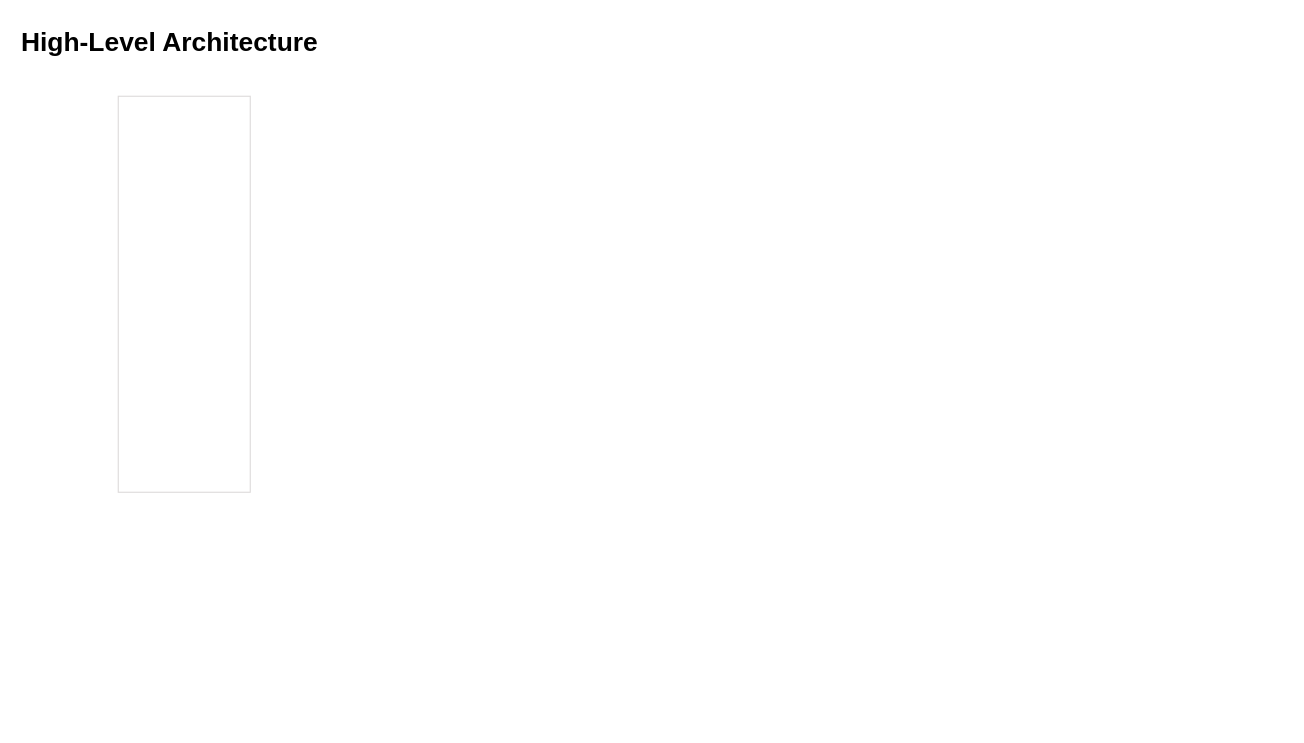
This is images/ArchitectureDiagrams.drawio from sdsouto/sql-data-warehouse-project, a draw.io file, before an edit. Source tidied: cells renumbered, new cells numbered last; positions are measured from the earlier drawing's top-left corner, leaving out a move shared by most shapes. Both pictures are drawn from the tidied source at 110%, with x=0, y=0 at pixel (19, 19).
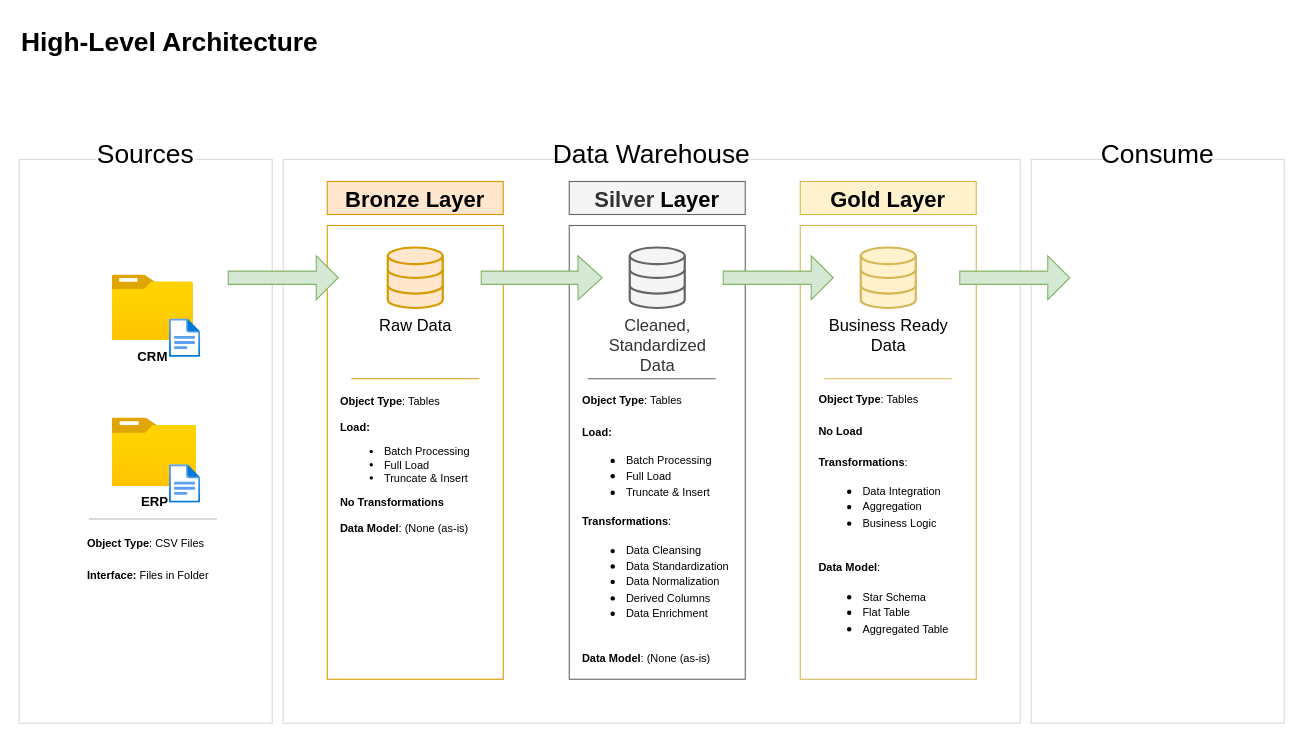
The same page after the edit.

Diff of the diagram source:
```diff
@@
+    <mxCell id="4" style="rounded=0;whiteSpace=wrap;html=1;strokeWidth=1;strokeColor=light-dark(#dddada, #ededed);" parent="1" vertex="1">
+      <mxGeometry x="920" y="127.5" width="230" height="512.5" as="geometry" />
+    </mxCell>
+    <mxCell id="5" style="rounded=0;whiteSpace=wrap;html=1;strokeWidth=1;strokeColor=light-dark(#dddada, #ededed);" parent="1" vertex="1">
+      <mxGeometry x="240" y="127.5" width="670" height="512.5" as="geometry" />
+    </mxCell>
+    <mxCell id="6" style="rounded=0;whiteSpace=wrap;html=1;fillColor=none;strokeColor=#d79b00;fontSize=13;" parent="1" vertex="1">
+      <mxGeometry x="280" y="187.5" width="160" height="412.5" as="geometry" />
+    </mxCell>
+    <mxCell id="7" style="rounded=0;whiteSpace=wrap;html=1;fillColor=none;strokeColor=#666666;fontSize=13;fontColor=#333333;" parent="1" vertex="1">
+      <mxGeometry x="500" y="187.5" width="160" height="412.5" as="geometry" />
+    </mxCell>
     <mxCell id="2" style="rounded=0;whiteSpace=wrap;html=1;strokeWidth=1;strokeColor=light-dark(#dddada, #ededed);" parent="1" vertex="1">
-      <mxGeometry x="90" y="70" width="120" height="360" as="geometry" />
+      <mxGeometry y="127.5" width="230" height="512.5" as="geometry" />
     </mxCell>
+    <mxCell id="8" style="rounded=0;whiteSpace=wrap;html=1;fillColor=none;strokeColor=#d6b656;fontSize=13;" parent="1" vertex="1">
+      <mxGeometry x="710" y="187.5" width="160" height="412.5" as="geometry" />
+    </mxCell>
@@
+    <mxCell id="9" value="Sources" style="rounded=0;whiteSpace=wrap;html=1;fontSize=24;strokeColor=none;" parent="1" vertex="1">
+      <mxGeometry x="70" y="107.5" width="90" height="30" as="geometry" />
+    </mxCell>
+    <mxCell id="10" value="Data&amp;nbsp;&lt;span style=&quot;background-color: transparent; color: light-dark(rgb(0, 0, 0), rgb(255, 255, 255));&quot;&gt;Warehouse&lt;/span&gt;" style="rounded=0;whiteSpace=wrap;html=1;fontSize=24;strokeColor=none;align=center;" parent="1" vertex="1">
+      <mxGeometry x="530" y="107.5" width="90" height="30" as="geometry" />
+    </mxCell>
+    <mxCell id="11" value="Consume" style="rounded=0;whiteSpace=wrap;html=1;fontSize=24;strokeColor=none;" parent="1" vertex="1">
+      <mxGeometry x="990" y="107.5" width="90" height="30" as="geometry" />
+    </mxCell>
+    <mxCell id="12" value="&lt;font style=&quot;font-size: 20px;&quot;&gt;Bronze Layer&lt;/font&gt;" style="rounded=0;whiteSpace=wrap;html=1;fillColor=#ffe6cc;strokeColor=#d79b00;fontSize=13;fontStyle=1;" parent="1" vertex="1">
+      <mxGeometry x="280" y="147.5" width="160" height="30" as="geometry" />
+    </mxCell>
+    <mxCell id="13" value="&lt;font style=&quot;font-size: 20px;&quot;&gt;Silver&lt;/font&gt;&lt;span style=&quot;font-size: 20px; background-color: transparent; color: light-dark(rgb(0, 0, 0), rgb(255, 255, 255));&quot;&gt;&amp;nbsp;Layer&lt;/span&gt;" style="rounded=0;whiteSpace=wrap;html=1;fillColor=#f5f5f5;strokeColor=#666666;fontSize=13;fontColor=#333333;fontStyle=1;" parent="1" vertex="1">
+      <mxGeometry x="500" y="147.5" width="160" height="30" as="geometry" />
+    </mxCell>
+    <mxCell id="14" value="&lt;span style=&quot;font-size: 20px; background-color: transparent;&quot;&gt;Gold&lt;/span&gt;&lt;span style=&quot;font-size: 20px; background-color: transparent; color: light-dark(rgb(0, 0, 0), rgb(255, 255, 255));&quot;&gt; Layer&lt;/span&gt;" style="rounded=0;whiteSpace=wrap;html=1;fillColor=#fff2cc;strokeColor=#d6b656;fontSize=13;fontStyle=1;" parent="1" vertex="1">
+      <mxGeometry x="710" y="147.5" width="160" height="30" as="geometry" />
+    </mxCell>
+    <mxCell id="15" value="CRM" style="image;html=1;align=center;fontSize=12;image=img/lib/azure2/general/Folder_Blank.svg;fontStyle=1;" parent="1" vertex="1">
+      <mxGeometry x="84.5" y="232.5" width="73.9" height="60" as="geometry" />
+    </mxCell>
+    <mxCell id="16" value="ERP&lt;div&gt;&lt;br&gt;&lt;/div&gt;" style="image;html=1;align=center;fontSize=12;image=img/lib/azure2/general/Folder_Blank.svg;fontStyle=1;" parent="1" vertex="1">
+      <mxGeometry x="84.5" y="362.5" width="77" height="62.5" as="geometry" />
+    </mxCell>
+    <mxCell id="17" style="image;html=1;align=center;fontSize=12;image=img/lib/azure2/general/File.svg;" parent="1" vertex="1">
+      <mxGeometry x="136.6" y="405" width="28.4" height="35" as="geometry" />
+    </mxCell>
+    <mxCell id="18" style="image;html=1;align=center;fontSize=12;image=img/lib/azure2/general/File.svg;" parent="1" vertex="1">
+      <mxGeometry x="136.6" y="272.5" width="28.4" height="35" as="geometry" />
+    </mxCell>
+    <mxCell id="19" value="&lt;font style=&quot;font-size: 10px;&quot;&gt;&lt;b&gt;Object Type&lt;/b&gt;: CSV Files&lt;/font&gt;&lt;div&gt;&lt;font style=&quot;font-size: 10px;&quot;&gt;&lt;br&gt;&lt;/font&gt;&lt;div&gt;&lt;font style=&quot;font-size: 10px;&quot;&gt;&lt;b&gt;Interface:&lt;/b&gt; Files in Folder&lt;/font&gt;&lt;/div&gt;&lt;/div&gt;" style="text;html=1;align=left;verticalAlign=middle;whiteSpace=wrap;rounded=0;" parent="1" vertex="1">
+      <mxGeometry x="60" y="475" width="130" height="30" as="geometry" />
+    </mxCell>
+    <mxCell id="20" value="&lt;font style=&quot;font-size: 15px;&quot;&gt;Raw Data&lt;/font&gt;" style="html=1;verticalLabelPosition=bottom;align=center;labelBackgroundColor=#ffffff;verticalAlign=top;strokeWidth=2;strokeColor=#d79b00;shadow=0;dashed=0;shape=mxgraph.ios7.icons.data;fillColor=#ffe6cc;" parent="1" vertex="1">
+      <mxGeometry x="335" y="207.5" width="50" height="55" as="geometry" />
+    </mxCell>
+    <mxCell id="21" value="&lt;font style=&quot;font-size: 15px;&quot;&gt;Cleaned,&lt;/font&gt;&lt;div&gt;&lt;font style=&quot;font-size: 15px;&quot;&gt;&lt;font style=&quot;&quot;&gt;Standardized&lt;/font&gt;&lt;/font&gt;&lt;/div&gt;&lt;div&gt;&lt;font style=&quot;font-size: 15px;&quot;&gt;&lt;span style=&quot;background-color: light-dark(rgb(255, 255, 255), rgb(18, 18, 18)); color: light-dark(rgb(51, 51, 51), rgb(193, 193, 193));&quot;&gt;Data&lt;/span&gt;&lt;/font&gt;&lt;/div&gt;" style="html=1;verticalLabelPosition=bottom;align=center;labelBackgroundColor=#ffffff;verticalAlign=top;strokeWidth=2;strokeColor=#666666;shadow=0;dashed=0;shape=mxgraph.ios7.icons.data;fillColor=#f5f5f5;fontColor=#333333;" parent="1" vertex="1">
+      <mxGeometry x="555" y="207.5" width="50" height="55" as="geometry" />
+    </mxCell>
+    <mxCell id="22" value="&lt;font style=&quot;font-size: 15px;&quot;&gt;Business Ready&lt;/font&gt;&lt;div&gt;&lt;font style=&quot;font-size: 15px;&quot;&gt;Data&lt;/font&gt;&lt;/div&gt;" style="html=1;verticalLabelPosition=bottom;align=center;labelBackgroundColor=#ffffff;verticalAlign=top;strokeWidth=2;strokeColor=#d6b656;shadow=0;dashed=0;shape=mxgraph.ios7.icons.data;fillColor=#fff2cc;" parent="1" vertex="1">
+      <mxGeometry x="765" y="207.5" width="50" height="55" as="geometry" />
+    </mxCell>
+    <mxCell id="23" style="shape=singleArrow;whiteSpace=wrap;html=1;fillColor=#d5e8d4;strokeColor=#82b366;" parent="1" vertex="1">
+      <mxGeometry x="190" y="215" width="100" height="40" as="geometry" />
+    </mxCell>
+    <mxCell id="24" style="endArrow=none;html=1;rounded=0;strokeColor=#B3B3B3;" parent="1" edge="1">
+      <mxGeometry relative="1" as="geometry">
+        <mxPoint x="63.2" y="454.3" as="sourcePoint" />
+        <mxPoint x="179.7" y="454.3" as="targetPoint" />
+      </mxGeometry>
+    </mxCell>
+    <mxCell id="25" style="endArrow=none;html=1;rounded=0;strokeColor=#d79b00;fillColor=#ffe6cc;" parent="1" edge="1">
+      <mxGeometry relative="1" as="geometry">
+        <mxPoint x="301.8" y="326.8" as="sourcePoint" />
+        <mxPoint x="418.2" y="326.8" as="targetPoint" />
+      </mxGeometry>
+    </mxCell>
+    <mxCell id="26" style="endArrow=none;html=1;rounded=0;strokeColor=#666666;fillColor=#f5f5f5;" parent="1" edge="1">
+      <mxGeometry relative="1" as="geometry">
+        <mxPoint x="516.8" y="326.8" as="sourcePoint" />
+        <mxPoint x="633.2" y="326.8" as="targetPoint" />
+      </mxGeometry>
+    </mxCell>
+    <mxCell id="27" style="endArrow=none;html=1;rounded=0;strokeColor=#d6b656;fillColor=#fff2cc;" parent="1" edge="1">
+      <mxGeometry relative="1" as="geometry">
+        <mxPoint x="731.8" y="326.8" as="sourcePoint" />
+        <mxPoint x="848.2" y="326.8" as="targetPoint" />
+      </mxGeometry>
+    </mxCell>
+    <mxCell id="28" value="&lt;b&gt;Object Type&lt;/b&gt;: Tables&lt;div&gt;&lt;br&gt;&lt;div&gt;&lt;b&gt;Load:&lt;/b&gt;&lt;/div&gt;&lt;/div&gt;&lt;div&gt;&lt;ul&gt;&lt;li&gt;Batch Processing&lt;/li&gt;&lt;li&gt;Full Load&lt;/li&gt;&lt;li&gt;Truncate &amp;amp; Insert&lt;/li&gt;&lt;/ul&gt;&lt;b&gt;No Transformations&lt;/b&gt;&lt;/div&gt;&lt;div&gt;&lt;b&gt;&lt;br&gt;&lt;/b&gt;&lt;/div&gt;&lt;b style=&quot;background-color: transparent; color: light-dark(rgb(0, 0, 0), rgb(255, 255, 255));&quot;&gt;Data Model&lt;/b&gt;&lt;span style=&quot;background-color: transparent; color: light-dark(rgb(0, 0, 0), rgb(255, 255, 255));&quot;&gt;: (None (as-is&lt;/span&gt;)" style="text;html=1;align=left;verticalAlign=middle;whiteSpace=wrap;rounded=0;fontSize=10;" parent="1" vertex="1">
+      <mxGeometry x="290" y="390" width="150" height="30" as="geometry" />
+    </mxCell>
+    <mxCell id="29" value="&lt;font style=&quot;font-size: 10px;&quot;&gt;&lt;b&gt;Object Type&lt;/b&gt;: Tables&lt;/font&gt;&lt;div&gt;&lt;font style=&quot;font-size: 10px;&quot;&gt;&lt;br&gt;&lt;/font&gt;&lt;div&gt;&lt;b&gt;&lt;font style=&quot;font-size: 10px;&quot;&gt;Load:&lt;/font&gt;&lt;/b&gt;&lt;/div&gt;&lt;/div&gt;&lt;div&gt;&lt;ul&gt;&lt;li&gt;&lt;font style=&quot;font-size: 10px;&quot;&gt;Batch Processing&lt;/font&gt;&lt;/li&gt;&lt;li&gt;&lt;font style=&quot;font-size: 10px;&quot;&gt;Full Load&lt;/font&gt;&lt;/li&gt;&lt;li&gt;&lt;font style=&quot;font-size: 10px;&quot;&gt;Truncate &amp;amp; Insert&lt;/font&gt;&lt;/li&gt;&lt;/ul&gt;&lt;font style=&quot;font-size: 10px;&quot;&gt;&lt;b&gt;Transformations&lt;/b&gt;:&lt;/font&gt;&lt;/div&gt;&lt;div&gt;&lt;ul&gt;&lt;li&gt;&lt;font style=&quot;font-size: 10px;&quot;&gt;Data Cleansing&lt;/font&gt;&lt;/li&gt;&lt;li&gt;&lt;font style=&quot;font-size: 10px;&quot;&gt;Data Standardization&lt;/font&gt;&lt;/li&gt;&lt;li&gt;&lt;font style=&quot;font-size: 10px;&quot;&gt;Data Normalization&lt;/font&gt;&lt;/li&gt;&lt;li&gt;&lt;font style=&quot;font-size: 10px;&quot;&gt;Derived Columns&lt;/font&gt;&lt;/li&gt;&lt;li&gt;&lt;font style=&quot;font-size: 10px;&quot;&gt;Data Enrichment&lt;/font&gt;&lt;/li&gt;&lt;/ul&gt;&lt;/div&gt;&lt;div&gt;&lt;b&gt;&lt;font style=&quot;font-size: 10px;&quot;&gt;&lt;br&gt;&lt;/font&gt;&lt;/b&gt;&lt;/div&gt;&lt;font style=&quot;font-size: 10px;&quot;&gt;&lt;b style=&quot;color: light-dark(rgb(0, 0, 0), rgb(255, 255, 255)); background-color: transparent;&quot;&gt;Data Model&lt;/b&gt;&lt;span style=&quot;color: light-dark(rgb(0, 0, 0), rgb(255, 255, 255)); background-color: transparent;&quot;&gt;: (None (as-is&lt;/span&gt;)&lt;/font&gt;" style="text;html=1;align=left;verticalAlign=middle;whiteSpace=wrap;rounded=0;" parent="1" vertex="1">
+      <mxGeometry x="510" y="447.5" width="140" height="30" as="geometry" />
+    </mxCell>
+    <mxCell id="30" value="&lt;font style=&quot;font-size: 10px;&quot;&gt;&lt;b&gt;Object Type&lt;/b&gt;: Tables&lt;/font&gt;&lt;div&gt;&lt;font style=&quot;font-size: 10px;&quot;&gt;&lt;br&gt;&lt;/font&gt;&lt;div&gt;&lt;b&gt;&lt;font style=&quot;font-size: 10px;&quot;&gt;No Load&lt;/font&gt;&lt;/b&gt;&lt;/div&gt;&lt;/div&gt;&lt;div&gt;&lt;b&gt;&lt;font style=&quot;font-size: 10px;&quot;&gt;&lt;br&gt;&lt;/font&gt;&lt;/b&gt;&lt;/div&gt;&lt;div&gt;&lt;font style=&quot;font-size: 10px;&quot;&gt;&lt;b&gt;Transformations&lt;/b&gt;:&lt;/font&gt;&lt;/div&gt;&lt;div&gt;&lt;ul&gt;&lt;li&gt;&lt;font style=&quot;font-size: 10px;&quot;&gt;Data Integration&lt;/font&gt;&lt;/li&gt;&lt;li&gt;&lt;font style=&quot;font-size: 10px;&quot;&gt;Aggregation&lt;/font&gt;&lt;/li&gt;&lt;li&gt;&lt;font style=&quot;font-size: 10px;&quot;&gt;Business Logic&lt;/font&gt;&lt;/li&gt;&lt;/ul&gt;&lt;/div&gt;&lt;div&gt;&lt;b&gt;&lt;font style=&quot;font-size: 10px;&quot;&gt;&lt;br&gt;&lt;/font&gt;&lt;/b&gt;&lt;/div&gt;&lt;font style=&quot;font-size: 10px;&quot;&gt;&lt;b style=&quot;color: light-dark(rgb(0, 0, 0), rgb(255, 255, 255)); background-color: transparent;&quot;&gt;Data Model&lt;/b&gt;&lt;span style=&quot;color: light-dark(rgb(0, 0, 0), rgb(255, 255, 255)); background-color: transparent;&quot;&gt;:&lt;/span&gt;&lt;/font&gt;&lt;div&gt;&lt;ul&gt;&lt;li&gt;&lt;font style=&quot;font-size: 10px;&quot;&gt;&lt;span style=&quot;color: light-dark(rgb(0, 0, 0), rgb(255, 255, 255)); background-color: transparent;&quot;&gt;Star Schema&lt;/span&gt;&lt;/font&gt;&lt;/li&gt;&lt;li&gt;&lt;font style=&quot;font-size: 10px;&quot;&gt;&lt;span style=&quot;color: light-dark(rgb(0, 0, 0), rgb(255, 255, 255)); background-color: transparent;&quot;&gt;Flat Table&lt;/span&gt;&lt;/font&gt;&lt;/li&gt;&lt;li&gt;&lt;font style=&quot;font-size: 10px;&quot;&gt;&lt;span style=&quot;color: light-dark(rgb(0, 0, 0), rgb(255, 255, 255)); background-color: transparent;&quot;&gt;Aggregated Table&lt;/span&gt;&lt;/font&gt;&lt;/li&gt;&lt;/ul&gt;&lt;/div&gt;" style="text;html=1;align=left;verticalAlign=middle;whiteSpace=wrap;rounded=0;" parent="1" vertex="1">
+      <mxGeometry x="725" y="440" width="130" height="30" as="geometry" />
+    </mxCell>
+    <mxCell id="31" style="shape=singleArrow;whiteSpace=wrap;html=1;fillColor=#d5e8d4;strokeColor=#82b366;" parent="1" vertex="1">
+      <mxGeometry x="420" y="215" width="110" height="40" as="geometry" />
+    </mxCell>
+    <mxCell id="32" style="shape=singleArrow;whiteSpace=wrap;html=1;fillColor=#d5e8d4;strokeColor=#82b366;" parent="1" vertex="1">
+      <mxGeometry x="640" y="215" width="100" height="40" as="geometry" />
+    </mxCell>
+    <mxCell id="33" style="shape=singleArrow;whiteSpace=wrap;html=1;fillColor=#d5e8d4;strokeColor=#82b366;" parent="1" vertex="1">
+      <mxGeometry x="855" y="215" width="100" height="40" as="geometry" />
+    </mxCell>
```
